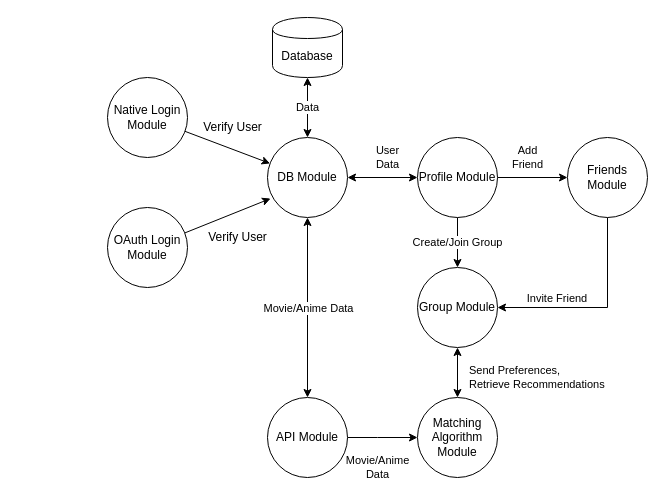
Above: docs/Design/SystDesign/ComponentDiagram.drawio in Flick-Picker/full-stack (draw.io), before the change. Source tidied: cells renumbered, new cells numbered last; positions are measured from the earlier drawing's top-left corner, leaving out a move shared by most shapes. Both pictures are drawn from the tidied source at 100%, with x=0, y=0 at pixel (107, 17).
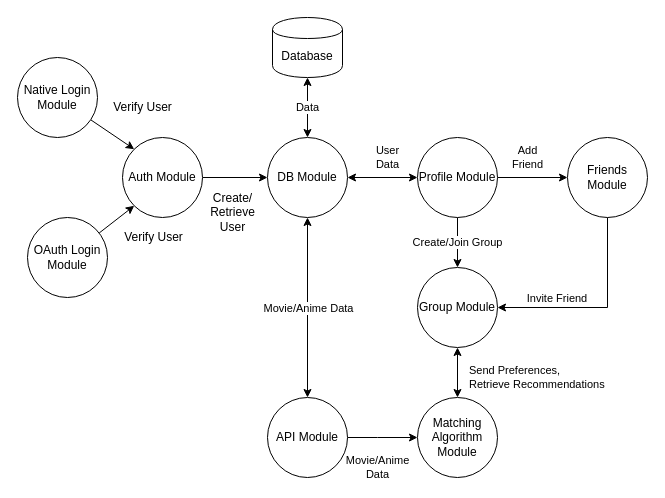
The same diagram, later.

The change refers to these unchanged cells:
```xml
<mxCell id="22" value="DB Module" style="ellipse;whiteSpace=wrap;html=1;" parent="1" vertex="1">
  <mxGeometry x="160" y="120" width="80" height="80" as="geometry" />
</mxCell>
```

The edit, as a diff of the source:
```diff
@@
-    <mxCell id="2" style="edgeStyle=none;rounded=0;jettySize=auto;html=1;startArrow=none;startFill=0;" parent="1" edge="1" source="3" target="22">
+    <mxCell id="2" style="edgeStyle=none;rounded=0;jettySize=auto;html=1;startArrow=none;startFill=0;entryX=0;entryY=0;entryDx=0;entryDy=0;" parent="1" edge="1" source="3" target="26">
       <mxGeometry relative="1" as="geometry" />
     </mxCell>
     <mxCell id="3" value="Native Login Module" style="ellipse;whiteSpace=wrap;html=1;" parent="1" vertex="1">
-      <mxGeometry y="60" width="80" height="80" as="geometry" />
+      <mxGeometry x="-90" y="40" width="80" height="80" as="geometry" />
     </mxCell>
-    <mxCell id="4" style="edgeStyle=none;rounded=0;jettySize=auto;html=1;entryX=0.038;entryY=0.763;entryDx=0;entryDy=0;entryPerimeter=0;startArrow=none;startFill=0;" parent="1" edge="1" source="5" target="22">
+    <mxCell id="4" style="edgeStyle=none;rounded=0;jettySize=auto;html=1;entryX=0;entryY=1;entryDx=0;entryDy=0;startArrow=none;startFill=0;" parent="1" edge="1" source="5" target="26">
       <mxGeometry relative="1" as="geometry" />
     </mxCell>
     <mxCell id="5" value="OAuth Login Module" style="ellipse;whiteSpace=wrap;html=1;" parent="1" vertex="1">
-      <mxGeometry y="190" width="80" height="80" as="geometry" />
+      <mxGeometry x="-80" y="200" width="80" height="80" as="geometry" />
     </mxCell>
@@
+    <mxCell id="24" value="Verify User" style="text;html=1;align=center;verticalAlign=middle;" parent="1" vertex="1">
+      <mxGeometry x="11" y="210" width="70" height="20" as="geometry" />
+    </mxCell>
+    <mxCell id="25" style="edgeStyle=orthogonalEdgeStyle;rounded=0;jettySize=auto;html=1;entryX=0;entryY=0.5;entryDx=0;entryDy=0;" parent="1" edge="1" source="26" target="22">
+      <mxGeometry relative="1" as="geometry" />
+    </mxCell>
+    <mxCell id="26" value="Auth Module" style="ellipse;whiteSpace=wrap;html=1;" parent="1" vertex="1">
+      <mxGeometry x="15" y="120" width="80" height="80" as="geometry" />
+    </mxCell>
     <mxCell id="23" value="Verify User" style="text;html=1;align=center;verticalAlign=middle;" parent="1" vertex="1">
-      <mxGeometry x="90" y="100" width="70" height="20" as="geometry" />
+      <mxGeometry y="80" width="70" height="20" as="geometry" />
     </mxCell>
-    <mxCell id="24" value="Verify User" style="text;html=1;align=center;verticalAlign=middle;" parent="1" vertex="1">
-      <mxGeometry x="95" y="210" width="70" height="20" as="geometry" />
-    </mxCell>
+    <mxCell id="27" value="Create/&lt;br&gt;Retrieve&lt;br&gt;User" style="text;html=1;align=center;verticalAlign=middle;" parent="1" vertex="1">
+      <mxGeometry x="95" y="170" width="60" height="50" as="geometry" />
+    </mxCell>
```
